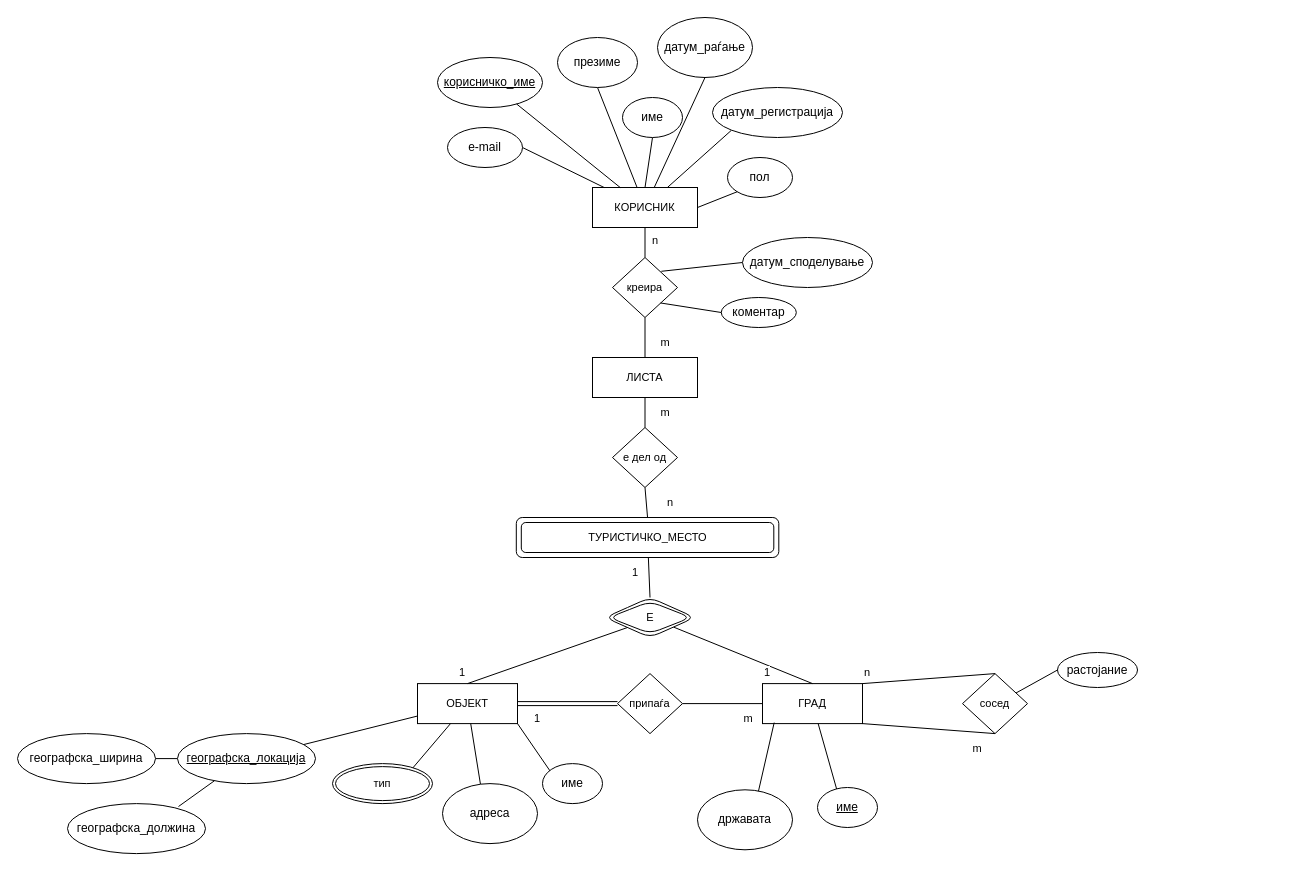
TamaraGeorgieva/VNP keeps this draw.io diagram as LAB1.drawio. Above is the earlier version. Source tidied: cells renumbered, new cells numbered last; positions are measured from the earlier drawing's top-left corner, leaving out a move shared by most shapes. Both pictures are drawn from the tidied source at 100%, with x=0, y=0 at pixel (17, 17).
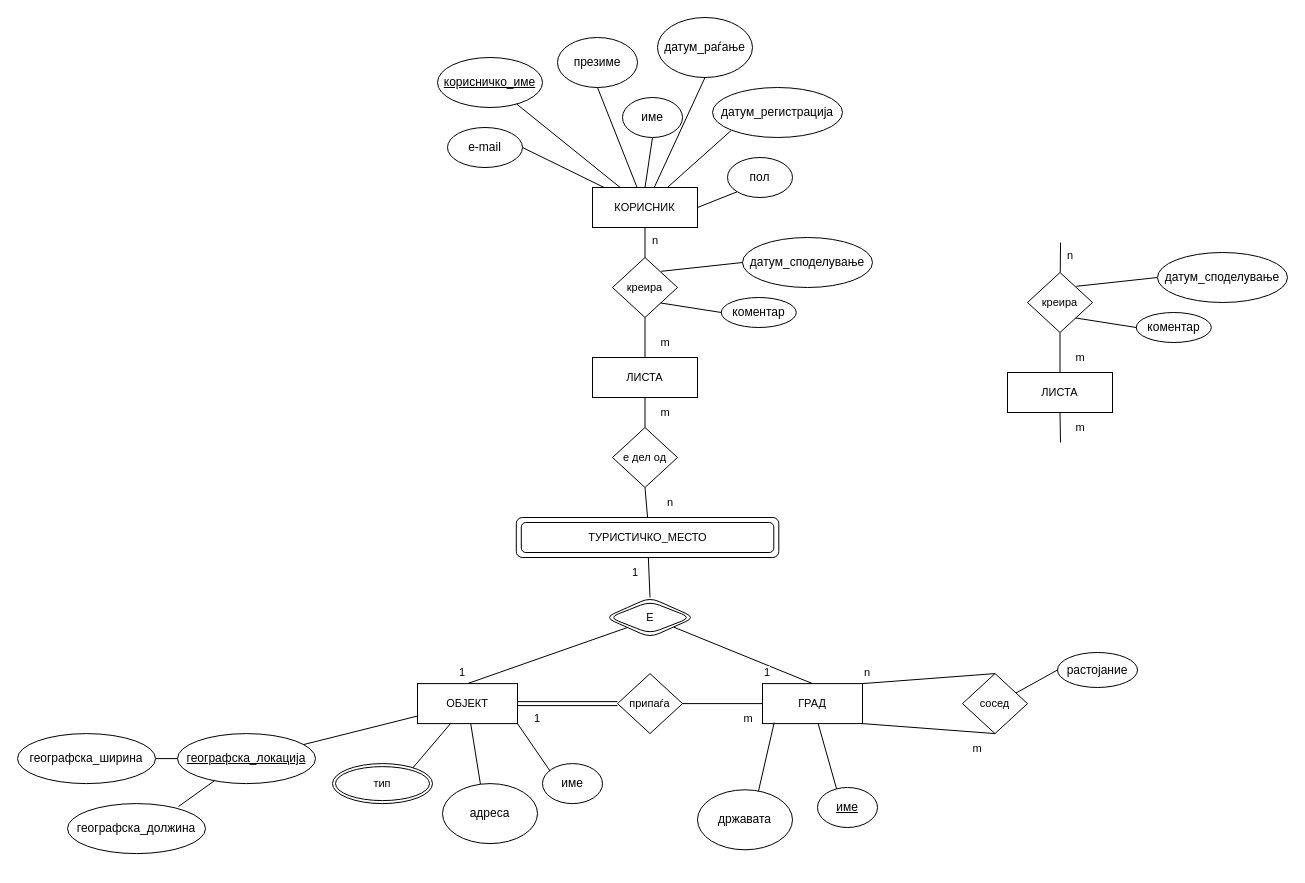
After the change.

Diff of the diagram source:
```diff
@@
+    <mxCell id="72" style="edgeStyle=none;shape=connector;rounded=0;jumpStyle=none;jettySize=auto;html=1;strokeColor=default;strokeWidth=1;align=center;verticalAlign=middle;fontFamily=Helvetica;fontSize=11;fontColor=default;labelBackgroundColor=default;startArrow=none;startFill=0;endArrow=none;endFill=0;" parent="1" edge="1" target="75">
+      <mxGeometry relative="1" as="geometry">
+        <mxPoint x="1043" y="225" as="sourcePoint" />
+      </mxGeometry>
+    </mxCell>
+    <mxCell id="73" value="ЛИСТА" style="rounded=0;whiteSpace=wrap;html=1;fontFamily=Helvetica;fontSize=11;fontColor=default;labelBackgroundColor=default;" parent="1" vertex="1">
+      <mxGeometry x="990" y="355" width="105" height="40" as="geometry" />
+    </mxCell>
+    <mxCell id="74" style="edgeStyle=none;shape=connector;rounded=0;jumpStyle=none;jettySize=auto;html=1;strokeColor=default;strokeWidth=1;align=center;verticalAlign=middle;fontFamily=Helvetica;fontSize=11;fontColor=default;labelBackgroundColor=default;startArrow=none;startFill=0;endArrow=none;endFill=0;" parent="1" edge="1" source="75" target="73">
+      <mxGeometry relative="1" as="geometry" />
+    </mxCell>
+    <mxCell id="75" value="креира" style="strokeWidth=1;html=1;shape=mxgraph.flowchart.decision;whiteSpace=wrap;rounded=1;fontFamily=Helvetica;fontSize=11;fontColor=default;labelBackgroundColor=default;" parent="1" vertex="1">
+      <mxGeometry x="1010" y="255" width="65" height="60" as="geometry" />
+    </mxCell>
+    <mxCell id="76" value="&lt;span style=&quot;color: rgb(0, 0, 0); font-family: Helvetica; font-size: 11px; font-style: normal; font-variant-ligatures: normal; font-variant-caps: normal; font-weight: 400; letter-spacing: normal; orphans: 2; text-align: center; text-indent: 0px; text-transform: none; widows: 2; word-spacing: 0px; -webkit-text-stroke-width: 0px; white-space: normal; background-color: rgb(255, 255, 255); text-decoration-thickness: initial; text-decoration-style: initial; text-decoration-color: initial; display: inline !important; float: none;&quot;&gt;n&lt;/span&gt;" style="text;whiteSpace=wrap;html=1;fontFamily=Helvetica;fontSize=11;fontColor=default;labelBackgroundColor=default;" parent="1" vertex="1">
+      <mxGeometry x="1047.5" y="225" width="40" height="40" as="geometry" />
+    </mxCell>
+    <mxCell id="77" style="edgeStyle=none;shape=connector;rounded=0;jumpStyle=none;jettySize=auto;html=1;exitX=0;exitY=0.5;exitDx=0;exitDy=0;strokeColor=default;strokeWidth=1;align=center;verticalAlign=middle;fontFamily=Helvetica;fontSize=11;fontColor=default;labelBackgroundColor=default;startArrow=none;startFill=0;endArrow=none;endFill=0;entryX=0.751;entryY=0.23;entryDx=0;entryDy=0;entryPerimeter=0;" parent="1" edge="1" source="78" target="75">
+      <mxGeometry relative="1" as="geometry" />
+    </mxCell>
+    <mxCell id="78" value="датум_споделување" style="ellipse;whiteSpace=wrap;html=1;rounded=1;" parent="1" vertex="1">
+      <mxGeometry x="1140" y="235" width="130" height="50" as="geometry" />
+    </mxCell>
+    <mxCell id="79" value="коментар" style="ellipse;whiteSpace=wrap;html=1;rounded=1;" parent="1" vertex="1">
+      <mxGeometry x="1118.8" y="295" width="75" height="30" as="geometry" />
+    </mxCell>
+    <mxCell id="80" style="edgeStyle=none;shape=connector;rounded=0;jumpStyle=none;jettySize=auto;html=1;exitX=0;exitY=0.5;exitDx=0;exitDy=0;entryX=0.74;entryY=0.758;entryDx=0;entryDy=0;entryPerimeter=0;strokeColor=default;strokeWidth=1;align=center;verticalAlign=middle;fontFamily=Helvetica;fontSize=11;fontColor=default;labelBackgroundColor=default;startArrow=none;startFill=0;endArrow=none;endFill=0;" parent="1" edge="1" source="79" target="75">
+      <mxGeometry relative="1" as="geometry" />
+    </mxCell>
+    <mxCell id="81" style="edgeStyle=none;shape=connector;rounded=0;jumpStyle=none;jettySize=auto;html=1;exitX=0.5;exitY=1;exitDx=0;exitDy=0;entryX=0.5;entryY=0;entryDx=0;entryDy=0;entryPerimeter=0;strokeColor=default;strokeWidth=1;align=center;verticalAlign=middle;fontFamily=Helvetica;fontSize=11;fontColor=default;labelBackgroundColor=default;startArrow=none;startFill=0;endArrow=none;endFill=0;" parent="1" edge="1" source="73">
+      <mxGeometry relative="1" as="geometry">
+        <mxPoint x="1043" y="425" as="targetPoint" />
+      </mxGeometry>
+    </mxCell>
+    <mxCell id="82" value="m" style="text;html=1;align=center;verticalAlign=middle;whiteSpace=wrap;rounded=0;fontFamily=Helvetica;fontSize=11;fontColor=default;labelBackgroundColor=default;" parent="1" vertex="1">
+      <mxGeometry x="1032.5" y="325" width="60" height="30" as="geometry" />
+    </mxCell>
+    <mxCell id="83" value="m" style="text;html=1;align=center;verticalAlign=middle;whiteSpace=wrap;rounded=0;fontFamily=Helvetica;fontSize=11;fontColor=default;labelBackgroundColor=default;" parent="1" vertex="1">
+      <mxGeometry x="1032.5" y="395" width="60" height="30" as="geometry" />
+    </mxCell>
```
